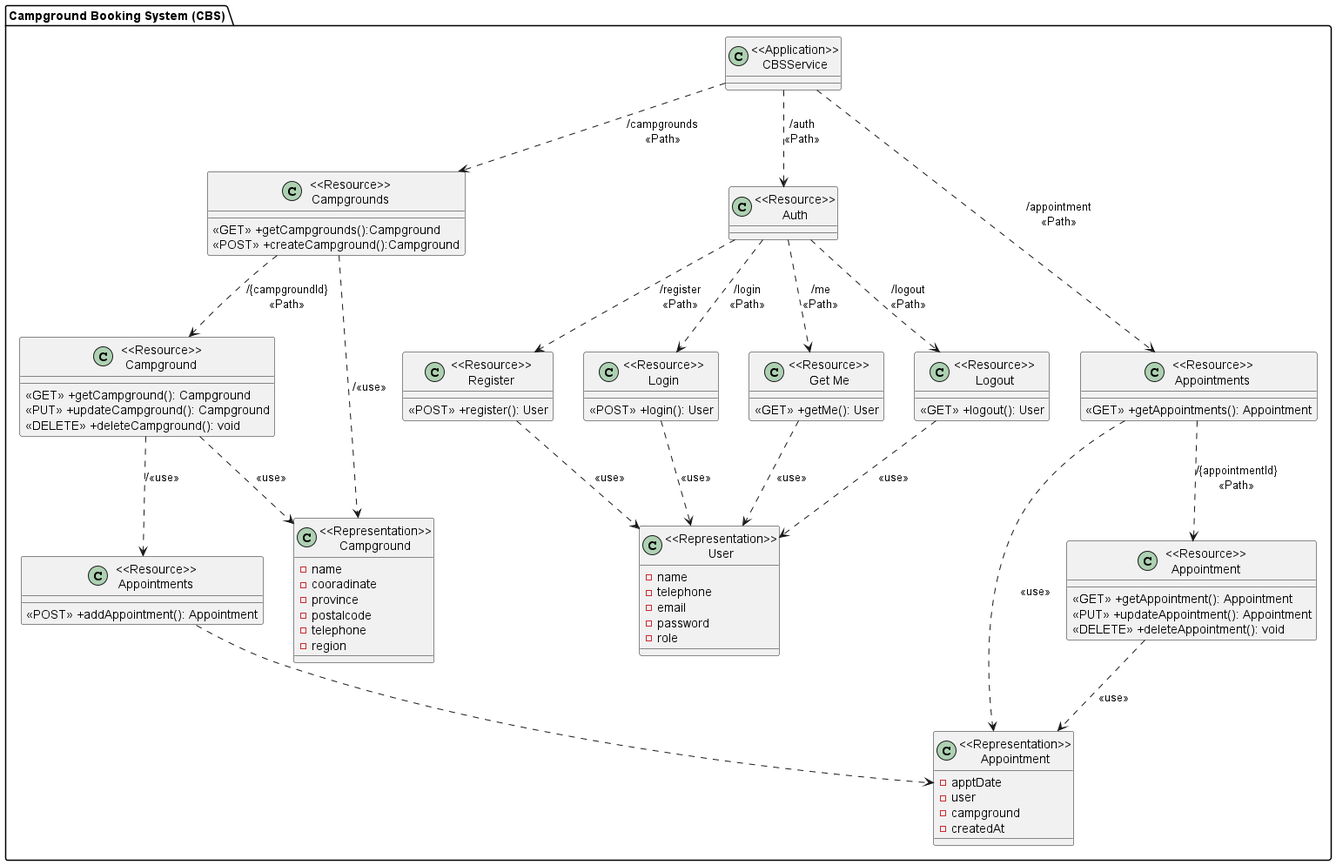
Before: diagram/Class diagram/Campground Booking System (CBS).png, a diagram exported from PlantUML (FaiiFaiipuipui/CEDT_Y1T2_backend-campgroundbooking).
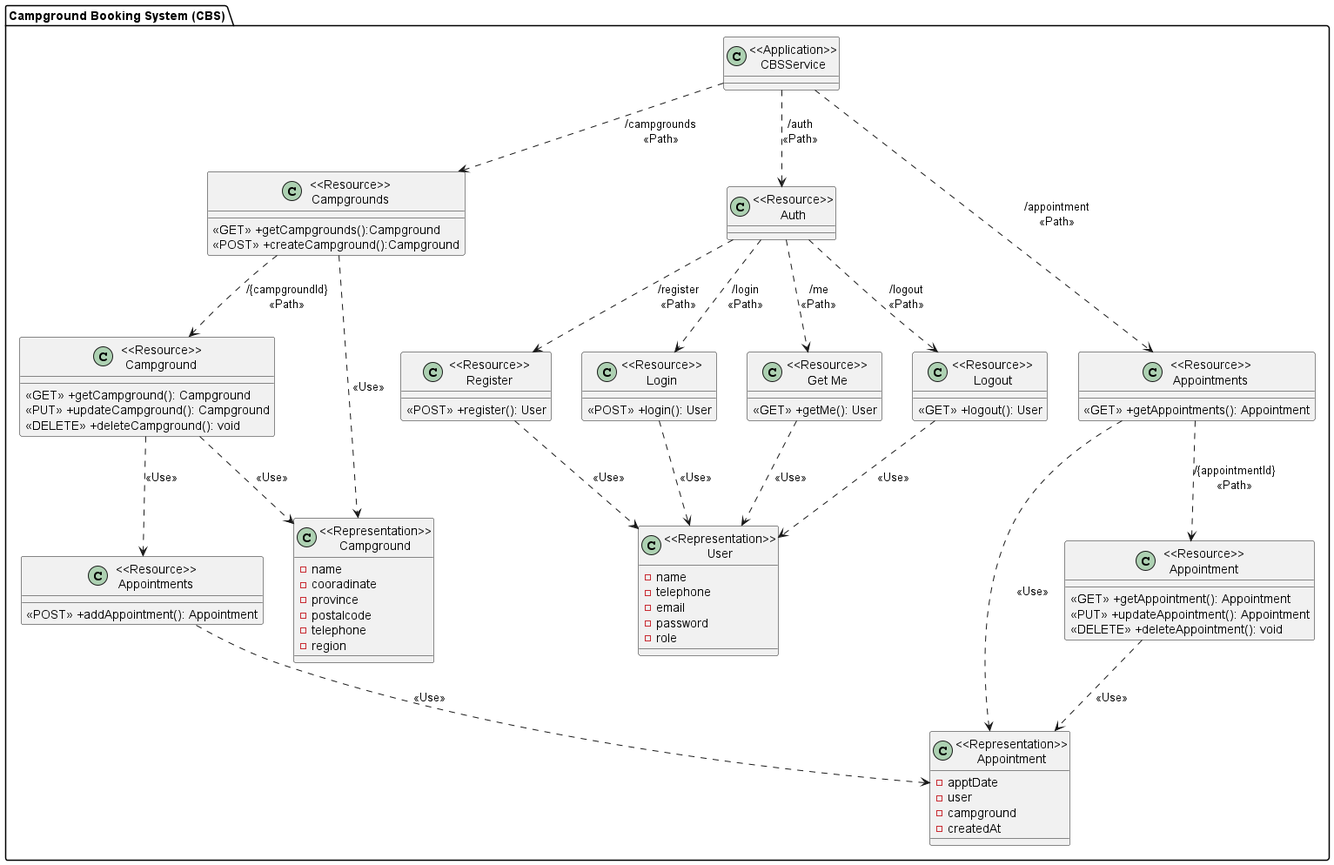
After the change.

Commit message:
Modify class diagram

The edit, as a diff of the source:
```diff
@@ -74,25 +74,25 @@
 
 CBSService ..> ResourceCampgrounds:"/campgrounds\n<<Path>>"
 ResourceCampgrounds ..> ResourceCampground: "/{campgroundId}\n<<Path>>"
-ResourceCampgrounds ..> RepresentationCampground: "/<<use>>"
-ResourceCampground ..> AddResourceAppointments: "/<<use>>"
-ResourceCampground ..> RepresentationCampground: "<<use>>"
+ResourceCampgrounds ..> RepresentationCampground: "<<Use>>"
+ResourceCampground ..> AddResourceAppointments: "<<Use>>"
+ResourceCampground ..> RepresentationCampground: "<<Use>>"
 
 CBSService ..> ResourceAppointments: "/appointment\n<<Path>>"
 ResourceAppointments ..> ResourceAppointment: "/{appointmentId}\n<<Path>>"
-ResourceAppointment ..> RepresentationAppointment: "<<use>>"
-ResourceAppointments ..> RepresentationAppointment: "<<use>>"
-AddResourceAppointments ..> RepresentationAppointment
+ResourceAppointment ..> RepresentationAppointment: "<<Use>>"
+ResourceAppointments ..> RepresentationAppointment: "<<Use>>"
+AddResourceAppointments ..> RepresentationAppointment: "<<Use>>"
 
 CBSService ..> ResourceAuth:"/auth\n<<Path>>"
 ResourceAuth ..> RegisterService: "/register\n<<Path>>"
 ResourceAuth ..> LoginService: "/login\n<<Path>>"
 ResourceAuth ..> GetMeService: "/me\n<<Path>>"
 ResourceAuth ..> LogoutService: "/logout\n<<Path>>"
-RegisterService ..> RepresentationUser: "<<use>>"
-LoginService ..> RepresentationUser: "<<use>>"
-GetMeService ..> RepresentationUser: "<<use>>"
-LogoutService ..> RepresentationUser: "<<use>>"
+RegisterService ..> RepresentationUser: "<<Use>>"
+LoginService ..> RepresentationUser: "<<Use>>"
+GetMeService ..> RepresentationUser: "<<Use>>"
+LogoutService ..> RepresentationUser: "<<Use>>"
 
 
 @enduml
```
